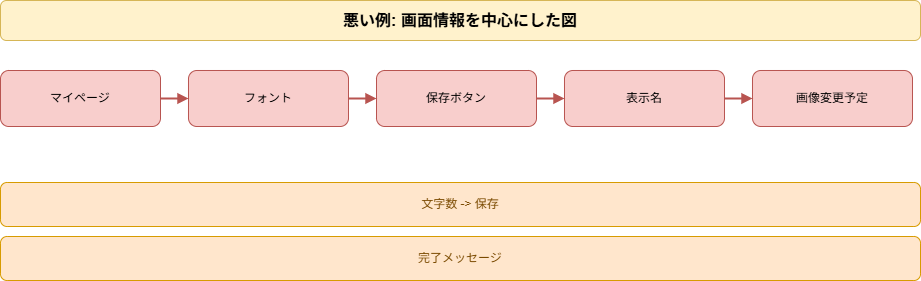
The draw.io diagram 20_zukai-drill/src/data/diagrams/beginner-profile-update_bad-diagram.drawio.png in kaku3/workbooks, before a commit. Source tidied: cells renumbered, new cells last; positions are measured from the earlier drawing's top-left corner, leaving out a move shared by most shapes.
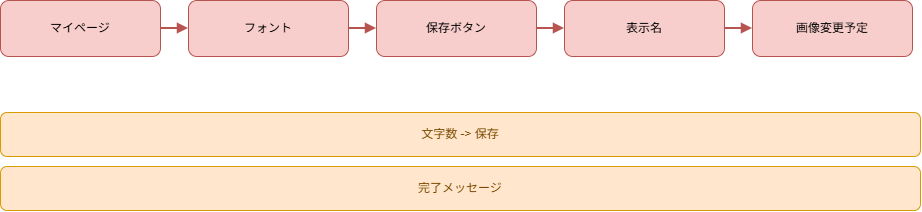
After the commit.

The edit, as a diff of the source:
```diff
@@ -2,9 +2,6 @@
   <root>
     <mxCell id="0" />
     <mxCell id="1" parent="0" />
-    <mxCell id="2" value="悪い例: 画面情報を中心にした図" style="rounded=1;whiteSpace=wrap;html=1;fillColor=#fff2cc;strokeColor=#d6b656;fontSize=16;fontStyle=1;" parent="1" vertex="1">
-      <mxGeometry width="920" height="40" as="geometry" />
-    </mxCell>
     <mxCell id="3" value="マイページ" style="rounded=1;whiteSpace=wrap;html=1;fillColor=#f8cecc;strokeColor=#b85450;" parent="1" vertex="1">
       <mxGeometry y="70" width="160" height="56" as="geometry" />
     </mxCell>
```
